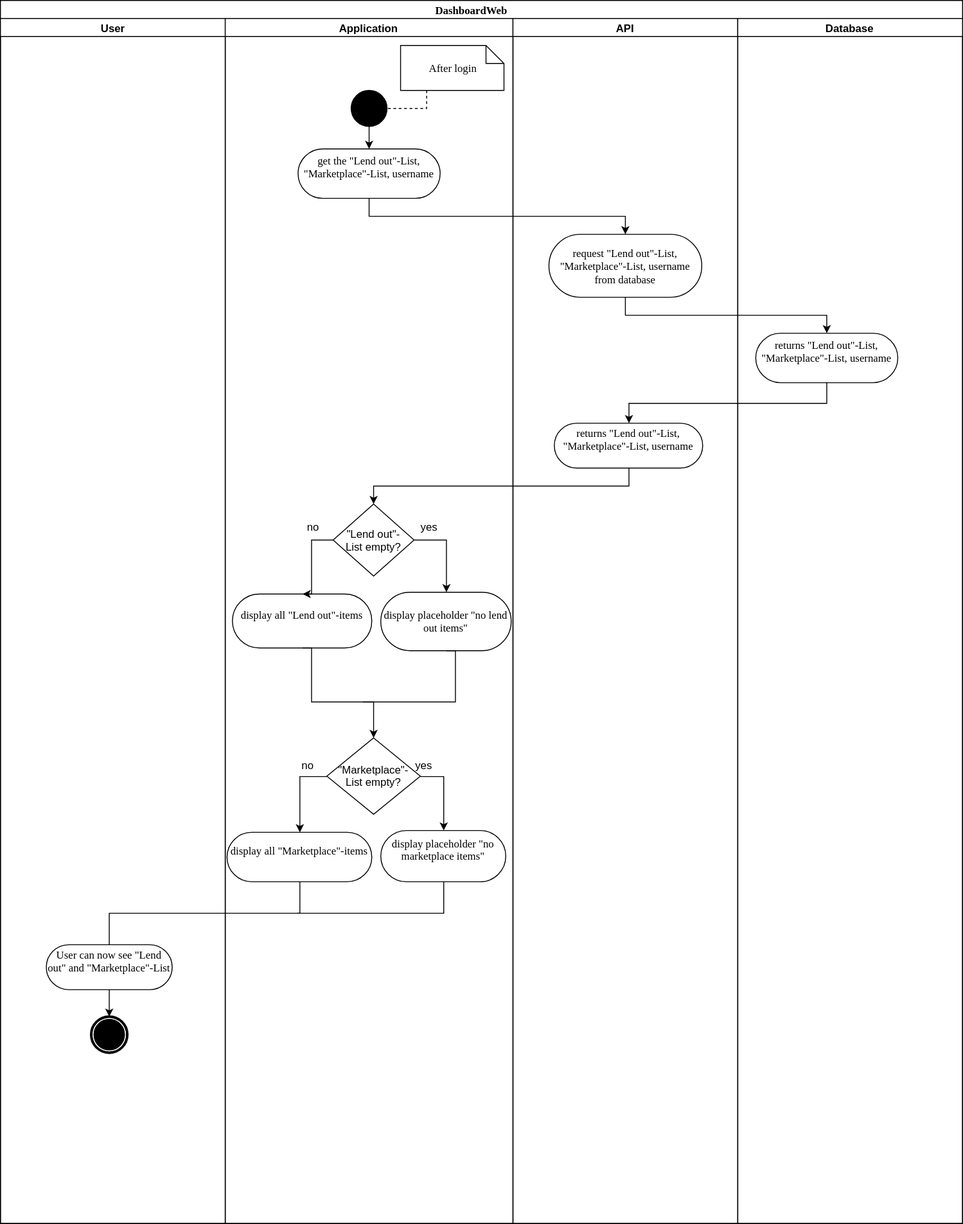
Above: recources/UseCases/webUserItems/DashboardWebDiagram.svg in KeepThings/KeepThingsWeb (draw.io), before the change. Source tidied: cells renumbered, new cells last; positions are measured from the earlier drawing's top-left corner, leaving out a move shared by most shapes.
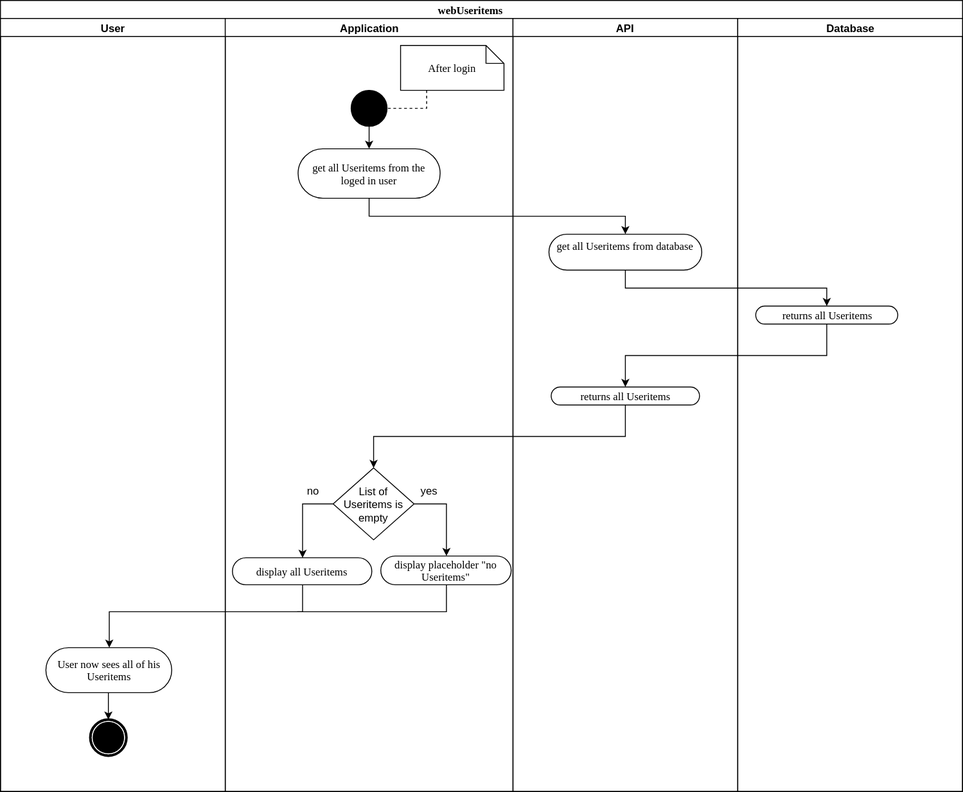
The same file after the commit.

Change to the diagram source:
```diff
@@ -2,23 +2,31 @@
   <root>
     <mxCell id="0" />
     <mxCell id="1" parent="0" />
-    <mxCell id="2" value="DashboardWeb" style="swimlane;html=1;startSize=20;rounded=0;shadow=0;comic=0;labelBackgroundColor=none;strokeColor=#000000;strokeWidth=1;fillColor=#ffffff;fontFamily=Verdana;fontSize=12;fontColor=#000000;align=center;" parent="1" vertex="1">
-      <mxGeometry width="1070" height="1360" as="geometry" />
+    <mxCell id="2" value="webUseritems" style="swimlane;html=1;startSize=20;rounded=0;shadow=0;comic=0;labelBackgroundColor=none;strokeColor=#000000;strokeWidth=1;fillColor=#ffffff;fontFamily=Verdana;fontSize=12;fontColor=#000000;align=center;" parent="1" vertex="1">
+      <mxGeometry width="1070" height="880" as="geometry" />
     </mxCell>
     <mxCell id="3" value="User" style="swimlane;html=1;startSize=20;" parent="2" vertex="1">
-      <mxGeometry y="20" width="250" height="1340" as="geometry" />
+      <mxGeometry y="20" width="250" height="860" as="geometry" />
     </mxCell>
     <mxCell id="4" style="edgeStyle=orthogonalEdgeStyle;rounded=0;html=1;exitX=0.5;exitY=1;entryX=0.5;entryY=0;endArrow=classic;endFill=1;jettySize=auto;" parent="3" edge="1" source="5" target="6">
       <mxGeometry relative="1" as="geometry" />
     </mxCell>
-    <mxCell id="5" value="User can now see &quot;Lend out&quot; and &quot;Marketplace&quot;-List" style="rounded=1;whiteSpace=wrap;html=1;shadow=0;comic=0;labelBackgroundColor=none;strokeColor=#000000;strokeWidth=1;fillColor=#ffffff;fontFamily=Verdana;fontSize=12;fontColor=#000000;align=center;arcSize=50;" parent="3" vertex="1">
-      <mxGeometry x="51" y="1030" width="140" height="50" as="geometry" />
+    <mxCell id="5" value="User now sees all of his Useritems" style="rounded=1;whiteSpace=wrap;html=1;shadow=0;comic=0;labelBackgroundColor=none;strokeColor=#000000;strokeWidth=1;fillColor=#ffffff;fontFamily=Verdana;fontSize=12;fontColor=#000000;align=center;arcSize=50;" parent="3" vertex="1">
+      <mxGeometry x="50.5" y="700" width="140" height="50" as="geometry" />
     </mxCell>
     <mxCell id="6" style="shape=mxgraph.bpmn.shape;html=1;verticalLabelPosition=bottom;labelBackgroundColor=#ffffff;verticalAlign=top;perimeter=ellipsePerimeter;outline=end;symbol=terminate;rounded=0;shadow=0;comic=0;strokeColor=#000000;strokeWidth=1;fillColor=#ffffff;fontFamily=Verdana;fontSize=12;fontColor=#000000;align=center;" parent="3" vertex="1">
-      <mxGeometry x="100.5" y="1110" width="40" height="40" as="geometry" />
+      <mxGeometry x="100" y="780" width="40" height="40" as="geometry" />
     </mxCell>
+    <mxCell id="38" style="edgeStyle=orthogonalEdgeStyle;rounded=0;html=1;exitX=0.5;exitY=1;entryX=0.5;entryY=0;jettySize=auto;entryDx=0;entryDy=0;" parent="2" edge="1" source="13" target="5">
+      <mxGeometry relative="1" as="geometry">
+        <Array as="points">
+          <mxPoint x="336" y="680" />
+          <mxPoint x="121" y="680" />
+        </Array>
+      </mxGeometry>
+    </mxCell>
     <mxCell id="7" value="Application&lt;br&gt;" style="swimlane;html=1;startSize=20;" parent="2" vertex="1">
-      <mxGeometry x="250" y="20" width="320" height="1340" as="geometry" />
+      <mxGeometry x="250" y="20" width="320" height="860" as="geometry" />
     </mxCell>
     <mxCell id="8" style="ellipse;whiteSpace=wrap;html=1;rounded=0;shadow=0;comic=0;labelBackgroundColor=none;strokeColor=#000000;strokeWidth=1;fillColor=#000000;fontFamily=Verdana;fontSize=12;fontColor=#000000;align=center;" parent="7" vertex="1">
       <mxGeometry x="140" y="80" width="40" height="40" as="geometry" />
@@ -29,54 +37,54 @@
     <mxCell id="10" value="After login" style="shape=note;whiteSpace=wrap;html=1;rounded=0;shadow=0;comic=0;labelBackgroundColor=none;strokeColor=#000000;strokeWidth=1;fillColor=#ffffff;fontFamily=Verdana;fontSize=12;fontColor=#000000;align=center;size=20;" parent="7" vertex="1">
       <mxGeometry x="195" y="30" width="115" height="50" as="geometry" />
     </mxCell>
-    <mxCell id="11" value="get the &quot;Lend out&quot;-List, &quot;Marketplace&quot;-List, username" style="rounded=1;whiteSpace=wrap;html=1;shadow=0;comic=0;labelBackgroundColor=none;strokeColor=#000000;strokeWidth=1;fillColor=#ffffff;fontFamily=Verdana;fontSize=12;fontColor=#000000;align=center;arcSize=50;" parent="7" vertex="1">
+    <mxCell id="11" value="get all Useritems from the loged in user" style="rounded=1;whiteSpace=wrap;html=1;shadow=0;comic=0;labelBackgroundColor=none;strokeColor=#000000;strokeWidth=1;fillColor=#ffffff;fontFamily=Verdana;fontSize=12;fontColor=#000000;align=center;arcSize=50;" parent="7" vertex="1">
       <mxGeometry x="81" y="145" width="158" height="55" as="geometry" />
     </mxCell>
     <mxCell id="12" style="edgeStyle=orthogonalEdgeStyle;rounded=0;html=1;exitX=0.5;exitY=1;entryX=0.5;entryY=0;endArrow=classic;endFill=1;jettySize=auto;" parent="7" edge="1" source="8" target="11">
       <mxGeometry relative="1" as="geometry" />
     </mxCell>
-    <mxCell id="13" value="display all &quot;Lend out&quot;-items" style="rounded=1;whiteSpace=wrap;html=1;shadow=0;comic=0;labelBackgroundColor=none;strokeColor=#000000;strokeWidth=1;fillColor=#ffffff;fontFamily=Verdana;fontSize=12;fontColor=#000000;align=center;arcSize=50;" parent="7" vertex="1">
-      <mxGeometry x="8" y="640" width="155" height="60" as="geometry" />
+    <mxCell id="13" value="display all Useritems" style="rounded=1;whiteSpace=wrap;html=1;shadow=0;comic=0;labelBackgroundColor=none;strokeColor=#000000;strokeWidth=1;fillColor=#ffffff;fontFamily=Verdana;fontSize=12;fontColor=#000000;align=center;arcSize=50;" parent="7" vertex="1">
+      <mxGeometry x="8" y="600" width="155" height="30" as="geometry" />
     </mxCell>
     <mxCell id="14" style="edgeStyle=orthogonalEdgeStyle;rounded=0;html=1;exitX=0;exitY=0.5;entryX=0.5;entryY=0;endArrow=classic;endFill=1;jettySize=auto;" parent="7" edge="1" source="16" target="13">
       <mxGeometry relative="1" as="geometry">
         <Array as="points">
-          <mxPoint x="96" y="580" />
+          <mxPoint x="86" y="540" />
         </Array>
       </mxGeometry>
     </mxCell>
     <mxCell id="15" style="edgeStyle=orthogonalEdgeStyle;rounded=0;html=1;exitX=1;exitY=0.5;entryX=0.5;entryY=0;endArrow=classic;endFill=1;jettySize=auto;" parent="7" edge="1" source="16" target="17">
       <mxGeometry relative="1" as="geometry" />
     </mxCell>
-    <mxCell id="16" value="&lt;span&gt;&quot;Lend out&quot;-List&lt;/span&gt;&amp;nbsp;empty?&lt;br&gt;" style="rhombus;whiteSpace=wrap;html=1;" parent="7" vertex="1">
-      <mxGeometry x="120" y="540" width="90" height="80" as="geometry" />
+    <mxCell id="16" value="List of Useritems is empty&lt;br&gt;" style="rhombus;whiteSpace=wrap;html=1;" parent="7" vertex="1">
+      <mxGeometry x="120" y="500" width="90" height="80" as="geometry" />
     </mxCell>
-    <mxCell id="17" value="display placeholder &quot;no lend out items&quot;" style="rounded=1;whiteSpace=wrap;html=1;shadow=0;comic=0;labelBackgroundColor=none;strokeColor=#000000;strokeWidth=1;fillColor=#ffffff;fontFamily=Verdana;fontSize=12;fontColor=#000000;align=center;arcSize=50;" parent="7" vertex="1">
-      <mxGeometry x="173" y="638" width="145" height="65" as="geometry" />
+    <mxCell id="17" value="display placeholder &quot;no Useritems&quot;" style="rounded=1;whiteSpace=wrap;html=1;shadow=0;comic=0;labelBackgroundColor=none;strokeColor=#000000;strokeWidth=1;fillColor=#ffffff;fontFamily=Verdana;fontSize=12;fontColor=#000000;align=center;arcSize=50;" parent="7" vertex="1">
+      <mxGeometry x="173" y="598" width="145" height="32" as="geometry" />
     </mxCell>
     <mxCell id="18" value="no&lt;br&gt;" style="text;html=1;strokeColor=none;fillColor=none;align=center;verticalAlign=middle;whiteSpace=wrap;rounded=0;" parent="7" vertex="1">
-      <mxGeometry x="78" y="555" width="40" height="20" as="geometry" />
+      <mxGeometry x="78" y="515" width="40" height="20" as="geometry" />
     </mxCell>
     <mxCell id="19" value="yes&lt;br&gt;" style="text;html=1;strokeColor=none;fillColor=none;align=center;verticalAlign=middle;whiteSpace=wrap;rounded=0;" parent="7" vertex="1">
-      <mxGeometry x="205.5" y="555" width="40" height="20" as="geometry" />
+      <mxGeometry x="205.5" y="515" width="40" height="20" as="geometry" />
     </mxCell>
     <mxCell id="20" style="edgeStyle=orthogonalEdgeStyle;rounded=0;html=1;exitX=0.5;exitY=1;entryX=0.5;entryY=0;endArrow=classic;endFill=1;jettySize=auto;" parent="2" edge="1" source="23" target="16">
       <mxGeometry relative="1" as="geometry" />
     </mxCell>
     <mxCell id="21" value="API" style="swimlane;html=1;startSize=20;" parent="2" vertex="1">
-      <mxGeometry x="570" y="20" width="250" height="1340" as="geometry" />
+      <mxGeometry x="570" y="20" width="250" height="860" as="geometry" />
     </mxCell>
-    <mxCell id="22" value="request &quot;Lend out&quot;-List, &quot;Marketplace&quot;-List, username from database" style="rounded=1;whiteSpace=wrap;html=1;shadow=0;comic=0;labelBackgroundColor=none;strokeColor=#000000;strokeWidth=1;fillColor=#ffffff;fontFamily=Verdana;fontSize=12;fontColor=#000000;align=center;arcSize=50;" parent="21" vertex="1">
-      <mxGeometry x="40" y="240" width="170" height="70" as="geometry" />
+    <mxCell id="22" value="get all Useritems&amp;nbsp;from database" style="rounded=1;whiteSpace=wrap;html=1;shadow=0;comic=0;labelBackgroundColor=none;strokeColor=#000000;strokeWidth=1;fillColor=#ffffff;fontFamily=Verdana;fontSize=12;fontColor=#000000;align=center;arcSize=50;" parent="21" vertex="1">
+      <mxGeometry x="40" y="240" width="170" height="40" as="geometry" />
     </mxCell>
-    <mxCell id="23" value="returns &quot;Lend out&quot;-List, &quot;Marketplace&quot;-List, username" style="rounded=1;whiteSpace=wrap;html=1;shadow=0;comic=0;labelBackgroundColor=none;strokeColor=#000000;strokeWidth=1;fillColor=#ffffff;fontFamily=Verdana;fontSize=12;fontColor=#000000;align=center;arcSize=50;" parent="21" vertex="1">
-      <mxGeometry x="46" y="450" width="165" height="50" as="geometry" />
+    <mxCell id="23" value="returns all Useritems" style="rounded=1;whiteSpace=wrap;html=1;shadow=0;comic=0;labelBackgroundColor=none;strokeColor=#000000;strokeWidth=1;fillColor=#ffffff;fontFamily=Verdana;fontSize=12;fontColor=#000000;align=center;arcSize=50;" parent="21" vertex="1">
+      <mxGeometry x="42.5" y="410" width="165" height="20" as="geometry" />
     </mxCell>
     <mxCell id="24" value="Database" style="swimlane;html=1;startSize=20;" parent="2" vertex="1">
-      <mxGeometry x="820" y="20" width="250" height="1340" as="geometry" />
+      <mxGeometry x="820" y="20" width="250" height="860" as="geometry" />
     </mxCell>
-    <mxCell id="25" value="returns &quot;Lend out&quot;-List, &quot;Marketplace&quot;-List, username" style="rounded=1;whiteSpace=wrap;html=1;shadow=0;comic=0;labelBackgroundColor=none;strokeColor=#000000;strokeWidth=1;fillColor=#ffffff;fontFamily=Verdana;fontSize=12;fontColor=#000000;align=center;arcSize=50;" parent="24" vertex="1">
-      <mxGeometry x="20" y="350" width="158" height="55" as="geometry" />
+    <mxCell id="25" value="returns all Useritems" style="rounded=1;whiteSpace=wrap;html=1;shadow=0;comic=0;labelBackgroundColor=none;strokeColor=#000000;strokeWidth=1;fillColor=#ffffff;fontFamily=Verdana;fontSize=12;fontColor=#000000;align=center;arcSize=50;" parent="24" vertex="1">
+      <mxGeometry x="20" y="320" width="158" height="20" as="geometry" />
     </mxCell>
     <mxCell id="26" style="edgeStyle=orthogonalEdgeStyle;rounded=0;html=1;exitX=0.5;exitY=1;entryX=0.5;entryY=0;endArrow=classic;endFill=1;jettySize=auto;" parent="2" edge="1" source="11" target="22">
       <mxGeometry relative="1" as="geometry" />
@@ -87,51 +95,11 @@
     <mxCell id="28" style="edgeStyle=orthogonalEdgeStyle;rounded=0;html=1;exitX=0.5;exitY=1;entryX=0.5;entryY=0;jettySize=auto;" parent="2" edge="1" source="25" target="23">
       <mxGeometry relative="1" as="geometry" />
     </mxCell>
-    <mxCell id="29" style="edgeStyle=orthogonalEdgeStyle;rounded=0;html=1;exitX=0.5;exitY=1;entryX=0.5;entryY=0;endArrow=none;endFill=0;jettySize=auto;" parent="1" edge="1" source="30" target="5">
-      <mxGeometry relative="1" as="geometry" />
-    </mxCell>
-    <mxCell id="30" value="display all &quot;Marketplace&quot;-items" style="rounded=1;whiteSpace=wrap;html=1;shadow=0;comic=0;labelBackgroundColor=none;strokeColor=#000000;strokeWidth=1;fillColor=#ffffff;fontFamily=Verdana;fontSize=12;fontColor=#000000;align=center;arcSize=50;" parent="1" vertex="1">
-      <mxGeometry x="252" y="925" width="161" height="55" as="geometry" />
-    </mxCell>
-    <mxCell id="31" style="edgeStyle=orthogonalEdgeStyle;rounded=0;html=1;exitX=0;exitY=0.5;entryX=0.5;entryY=0;endArrow=classic;endFill=1;jettySize=auto;" parent="1" edge="1" source="33" target="30">
-      <mxGeometry relative="1" as="geometry" />
-    </mxCell>
-    <mxCell id="32" style="edgeStyle=orthogonalEdgeStyle;rounded=0;html=1;exitX=1;exitY=0.5;entryX=0.5;entryY=0;endArrow=classic;endFill=1;jettySize=auto;" parent="1" edge="1" source="33" target="35">
-      <mxGeometry relative="1" as="geometry" />
-    </mxCell>
-    <mxCell id="33" value="&lt;span&gt;&quot;Marketplace&quot;-List&lt;/span&gt;&amp;nbsp;empty?&lt;br&gt;" style="rhombus;whiteSpace=wrap;html=1;" parent="1" vertex="1">
-      <mxGeometry x="363" y="820" width="104" height="85" as="geometry" />
-    </mxCell>
-    <mxCell id="34" style="edgeStyle=orthogonalEdgeStyle;rounded=0;html=1;exitX=0.5;exitY=1;endArrow=none;endFill=0;jettySize=auto;" parent="1" edge="1" source="35">
-      <mxGeometry relative="1" as="geometry">
-        <mxPoint x="330" y="1015" as="targetPoint" />
-        <Array as="points">
-          <mxPoint x="493" y="1015" />
-        </Array>
-      </mxGeometry>
-    </mxCell>
-    <mxCell id="35" value="display placeholder &quot;no marketplace items&quot;" style="rounded=1;whiteSpace=wrap;html=1;shadow=0;comic=0;labelBackgroundColor=none;strokeColor=#000000;strokeWidth=1;fillColor=#ffffff;fontFamily=Verdana;fontSize=12;fontColor=#000000;align=center;arcSize=50;" parent="1" vertex="1">
-      <mxGeometry x="423" y="923" width="139" height="57" as="geometry" />
-    </mxCell>
-    <mxCell id="36" value="no&lt;br&gt;" style="text;html=1;strokeColor=none;fillColor=none;align=center;verticalAlign=middle;whiteSpace=wrap;rounded=0;" parent="1" vertex="1">
-      <mxGeometry x="322" y="840" width="40" height="20" as="geometry" />
-    </mxCell>
-    <mxCell id="37" value="yes&lt;br&gt;" style="text;html=1;strokeColor=none;fillColor=none;align=center;verticalAlign=middle;whiteSpace=wrap;rounded=0;" parent="1" vertex="1">
-      <mxGeometry x="449.5" y="840" width="40" height="20" as="geometry" />
-    </mxCell>
-    <mxCell id="38" style="edgeStyle=orthogonalEdgeStyle;rounded=0;html=1;exitX=0.5;exitY=1;entryX=0.5;entryY=0;jettySize=auto;" parent="1" edge="1" source="13" target="33">
-      <mxGeometry relative="1" as="geometry">
-        <Array as="points">
-          <mxPoint x="346" y="780" />
-          <mxPoint x="415" y="780" />
-        </Array>
-      </mxGeometry>
-    </mxCell>
     <mxCell id="39" style="edgeStyle=orthogonalEdgeStyle;rounded=0;html=1;exitX=0.5;exitY=1;jettySize=auto;endArrow=none;endFill=0;" parent="1" edge="1" source="17">
       <mxGeometry relative="1" as="geometry">
-        <mxPoint x="403" y="780" as="targetPoint" />
+        <mxPoint x="330" y="680" as="targetPoint" />
         <Array as="points">
-          <mxPoint x="506" y="780" />
+          <mxPoint x="496" y="680" />
         </Array>
       </mxGeometry>
     </mxCell>
```
